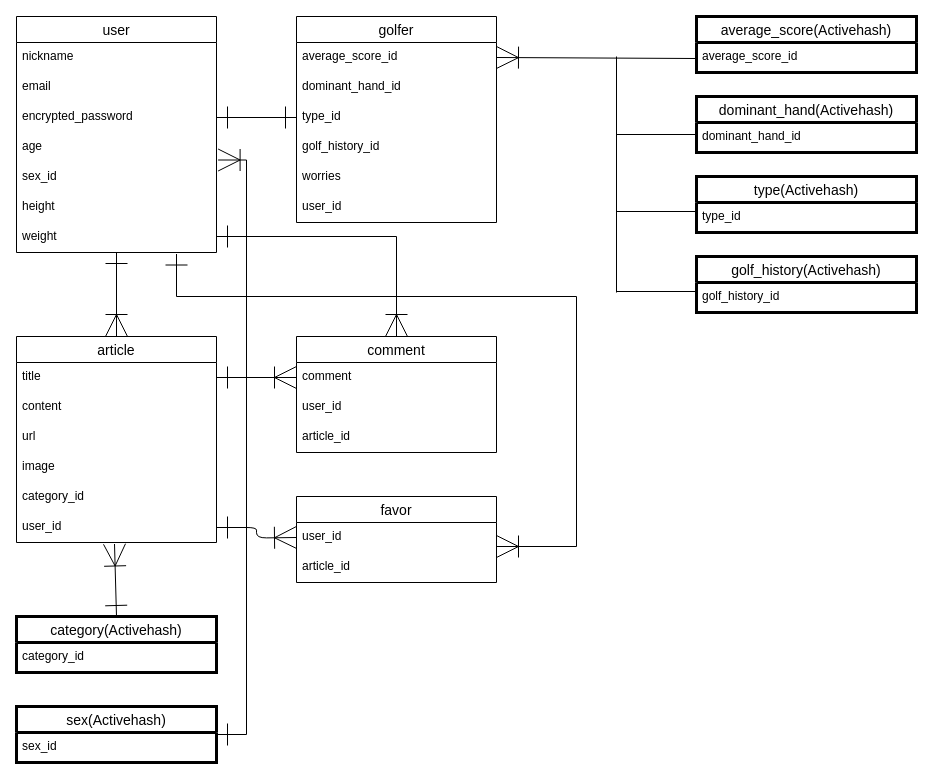
tatsuya-ogi312/goalf keeps this draw.io diagram as goalf.dio. Above is the earlier version. Source tidied: cells renumbered, new cells numbered last; positions are measured from the earlier drawing's top-left corner, leaving out a move shared by most shapes. Both pictures are drawn from the tidied source at 100%, with x=0, y=0 at pixel (16, 16).
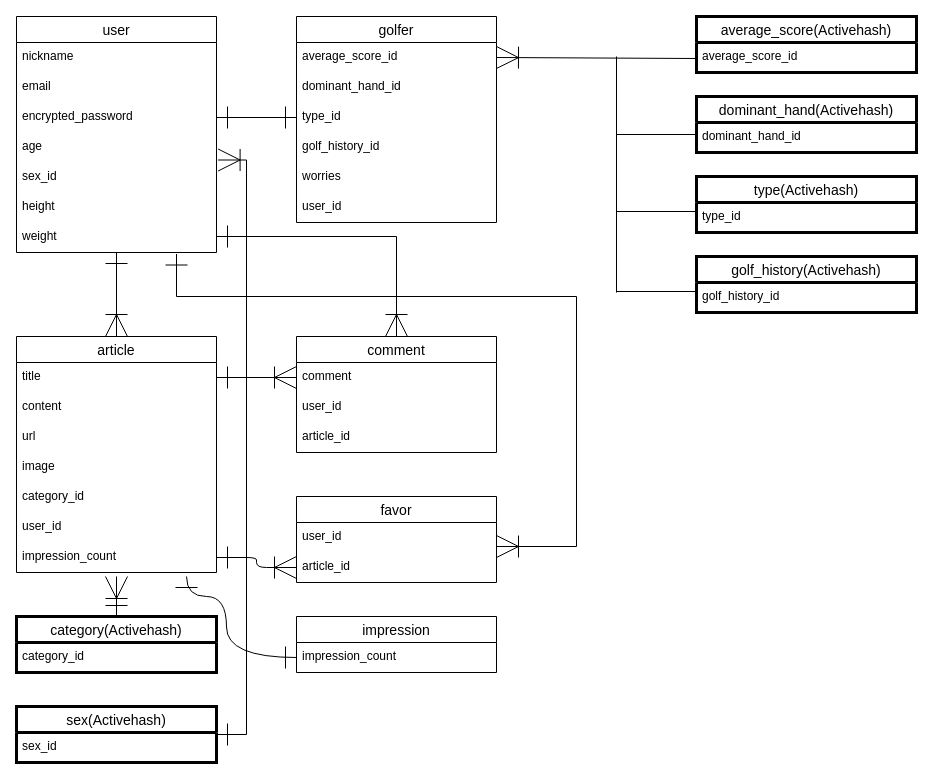
The same page after the edit.

Unchanged cells that the change refers to:
```xml
<mxCell id="34" value="article_id" style="text;strokeColor=none;fillColor=none;spacingLeft=4;spacingRight=4;overflow=hidden;points=[[0,0.5],[1,0.5]];portConstraint=eastwest;fontSize=12;" parent="32" vertex="1">
  <mxGeometry y="56" width="200" height="30" as="geometry" />
</mxCell>
<mxCell id="44" value="category(Activehash)" style="swimlane;fontStyle=0;horizontal=1;startSize=26;align=center;fontSize=14;fontFamily=Helvetica;fontColor=default;strokeWidth=3;" parent="1" vertex="1">
  <mxGeometry y="600" width="200" height="56" as="geometry" />
</mxCell>
```

Diff of the diagram source:
```diff
@@
     <mxCell id="17" value="article" style="swimlane;fontStyle=0;horizontal=1;startSize=26;align=center;fontSize=14;" parent="1" vertex="1">
-      <mxGeometry y="320" width="200" height="206" as="geometry" />
+      <mxGeometry y="320" width="200" height="236" as="geometry" />
     </mxCell>
@@
+    <mxCell id="56" value="user_id" style="text;strokeColor=none;fillColor=none;spacingLeft=4;spacingRight=4;overflow=hidden;fontSize=12;" parent="17" vertex="1">
+      <mxGeometry y="176" width="200" height="30" as="geometry" />
+    </mxCell>
-    <mxCell id="23" value="user_id" style="text;strokeColor=none;fillColor=none;spacingLeft=4;spacingRight=4;overflow=hidden;points=[[0,0.5],[1,0.5]];portConstraint=eastwest;fontSize=12;" parent="17" vertex="1">
-      <mxGeometry y="176" width="200" height="30" as="geometry" />
+    <mxCell id="23" value="impression_count" style="text;strokeColor=none;fillColor=none;spacingLeft=4;spacingRight=4;overflow=hidden;points=[[0,0.5],[1,0.5]];portConstraint=eastwest;fontSize=12;" parent="17" vertex="1">
+      <mxGeometry y="206" width="200" height="30" as="geometry" />
     </mxCell>
@@
-    <mxCell id="51" style="endArrow=ERone;html=1;rounded=0;startSize=20;endSize=20;entryX=0.5;entryY=0;entryDx=0;entryDy=0;startArrow=ERoneToMany;startFill=0;endFill=0;exitX=0.49;exitY=1.05;exitDx=0;exitDy=0;exitPerimeter=0;" parent="1" edge="1" source="23" target="44">
-      <mxGeometry relative="1" as="geometry" />
+    <mxCell id="51" style="endArrow=ERone;html=1;rounded=0;startSize=20;endSize=20;entryX=0.5;entryY=0;entryDx=0;entryDy=0;startArrow=ERoneToMany;startFill=0;endFill=0;" parent="1" edge="1" target="44">
+      <mxGeometry relative="1" as="geometry">
+        <mxPoint x="100" y="560" as="sourcePoint" />
+      </mxGeometry>
     </mxCell>
@@
-    <mxCell id="55" style="edgeStyle=orthogonalEdgeStyle;html=1;startArrow=ERoneToMany;startFill=0;endArrow=ERone;endFill=0;startSize=20;endSize=20;" parent="1" edge="1" target="23">
-      <mxGeometry relative="1" as="geometry">
-        <mxPoint x="280" y="521" as="sourcePoint" />
-      </mxGeometry>
+    <mxCell id="55" style="edgeStyle=orthogonalEdgeStyle;html=1;startArrow=ERoneToMany;startFill=0;endArrow=ERone;endFill=0;startSize=20;endSize=20;exitX=0;exitY=0.5;exitDx=0;exitDy=0;" parent="1" edge="1" source="34" target="23">
+      <mxGeometry relative="1" as="geometry" />
     </mxCell>
+    <mxCell id="57" value="impression" style="swimlane;fontStyle=0;horizontal=1;startSize=26;align=center;fontSize=14;" parent="1" vertex="1">
+      <mxGeometry x="280" y="600" width="200" height="56" as="geometry" />
+    </mxCell>
+    <mxCell id="58" value="impression_count" style="text;strokeColor=none;fillColor=none;spacingLeft=4;spacingRight=4;overflow=hidden;points=[[0,0.5],[1,0.5]];portConstraint=eastwest;fontSize=12;" parent="57" vertex="1">
+      <mxGeometry y="26" width="200" height="30" as="geometry" />
+    </mxCell>
+    <mxCell id="59" style="edgeStyle=orthogonalEdgeStyle;html=1;exitX=0;exitY=0.5;exitDx=0;exitDy=0;curved=1;endArrow=ERone;endFill=0;startArrow=ERone;startFill=0;endSize=20;startSize=20;" parent="1" edge="1" source="58">
+      <mxGeometry relative="1" as="geometry">
+        <mxPoint x="170" y="560" as="targetPoint" />
+        <Array as="points">
+          <mxPoint x="210" y="641" />
+          <mxPoint x="210" y="580" />
+          <mxPoint x="170" y="580" />
+        </Array>
+      </mxGeometry>
+    </mxCell>
```
